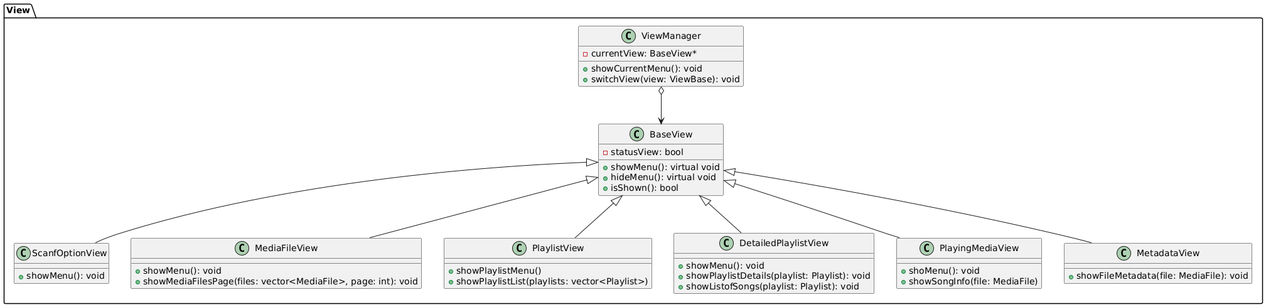
This is project/docs/view/view.png from Weizy-NTT/Spotify-rep-1-1, a PlantUML export, as it was before one commit.
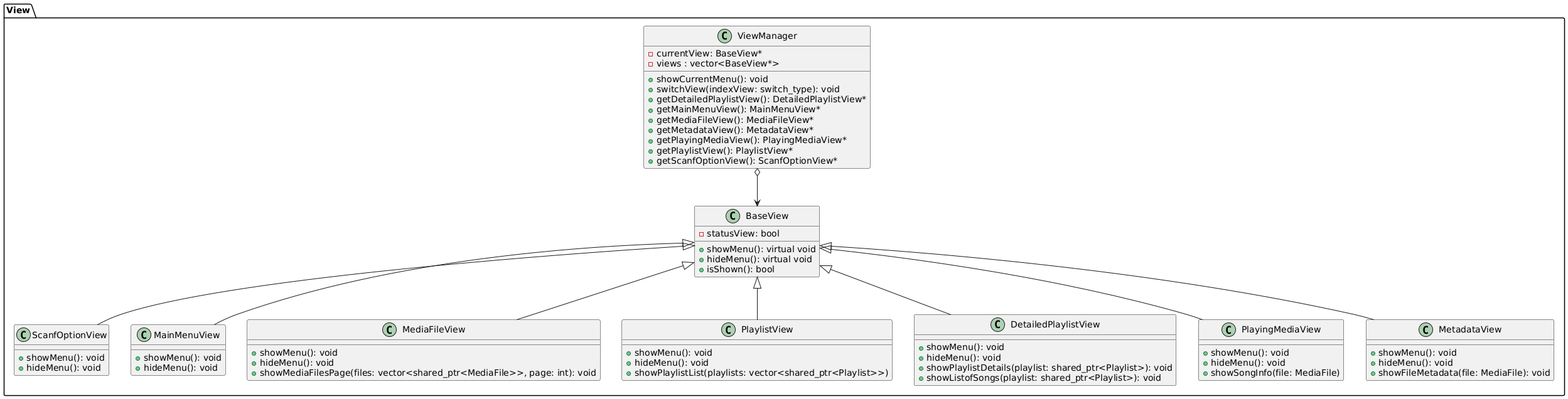
Above is the later version.

What changed in the source:
```diff
@@ -2,7 +2,6 @@
 package View {
     class BaseView {
         - statusView: bool
-
         + showMenu(): virtual void
         + hideMenu(): virtual void
         + isShown(): bool
@@ -10,38 +9,59 @@
 
     class ScanfOptionView {
         + showMenu(): void
+        + hideMenu(): void
+    }
+
+    class MainMenuView {
+        + showMenu(): void
+        + hideMenu(): void
     }
 
     class MediaFileView {
         + showMenu(): void
-        + showMediaFilesPage(files: vector<MediaFile>, page: int): void
+        + hideMenu(): void
+        + showMediaFilesPage(files: vector<shared_ptr<MediaFile>>, page: int): void
     }
 
     class PlaylistView {
-        + showPlaylistMenu()
-        + showPlaylistList(playlists: vector<Playlist>)
+        + showMenu(): void
+        + hideMenu(): void
+        + showPlaylistList(playlists: vector<shared_ptr<Playlist>>)
     }
 
     class DetailedPlaylistView {
         + showMenu(): void
-        + showPlaylistDetails(playlist: Playlist): void
-        + showListofSongs(playlist: Playlist): void
+        + hideMenu(): void
+        + showPlaylistDetails(playlist: shared_ptr<Playlist>): void
+        + showListofSongs(playlist: shared_ptr<Playlist>): void
     }
 
     class PlayingMediaView {
-        + shoMenu(): void
+        + showMenu(): void
+        + hideMenu(): void
         + showSongInfo(file: MediaFile)
     }
 
     class MetadataView {
+        + showMenu(): void
+        + hideMenu(): void
         + showFileMetadata(file: MediaFile): void
     }
 
     class ViewManager {
         - currentView: BaseView*
+        - views : vector<BaseView*>
         + showCurrentMenu(): void
-        + switchView(view: ViewBase): void
+        + switchView(indexView: switch_type): void
+        + getDetailedPlaylistView(): DetailedPlaylistView*
+        + getMainMenuView(): MainMenuView*
+        + getMediaFileView(): MediaFileView*
+        + getMetadataView(): MetadataView*
+        + getPlayingMediaView(): PlayingMediaView*
+        + getPlaylistView(): PlaylistView*
+        + getScanfOptionView(): ScanfOptionView*
     }
+
     ViewManager o--> BaseView
     BaseView <|-- ScanfOptionView
     BaseView <|-- MediaFileView
@@ -49,5 +69,6 @@
     BaseView <|-- DetailedPlaylistView
     BaseView <|-- PlayingMediaView
     BaseView <|-- MetadataView
+    BaseView <|-- MainMenuView
 }
 @enduml
```
